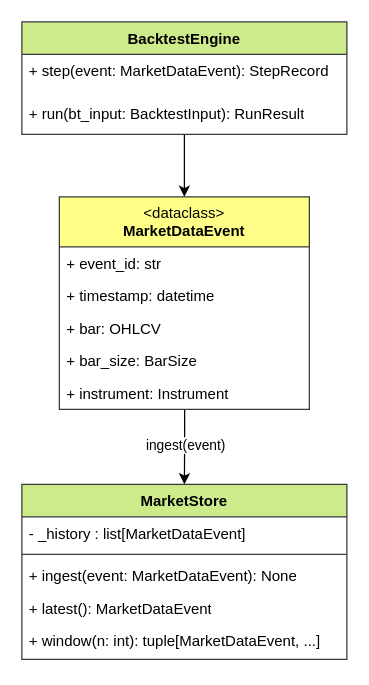
Above: 07. Diagrammes/01. DrawIO/MarketDataLayer.drawio in ManuelBayon/R-D (draw.io), before the change. Source tidied: cells renumbered, new cells numbered last; positions are measured from the earlier drawing's top-left corner, leaving out a move shared by most shapes. Both pictures are drawn from the tidied source at 125%, with x=0, y=0 at pixel (21, 21).
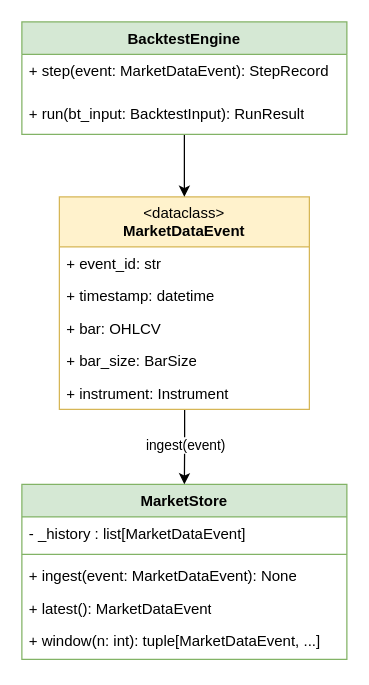
The same page after the edit.

The edit, as a diff of the source:
```diff
@@
-    <mxCell id="2" value="&amp;lt;dataclass&amp;gt;&lt;br&gt;&lt;div&gt;&lt;b&gt;MarketDataEvent&lt;/b&gt;&lt;br&gt;&lt;/div&gt;" style="swimlane;fontStyle=0;horizontal=1;startSize=40;fillColor=#ffff88;whiteSpace=wrap;html=1;strokeColor=#36393d;fillStyle=solid;" parent="1" vertex="1">
+    <mxCell id="2" value="&amp;lt;dataclass&amp;gt;&lt;br&gt;&lt;div&gt;&lt;b&gt;MarketDataEvent&lt;/b&gt;&lt;br&gt;&lt;/div&gt;" style="swimlane;fontStyle=0;horizontal=1;startSize=40;fillColor=#fff2cc;whiteSpace=wrap;html=1;strokeColor=#d6b656;fillStyle=solid;" parent="1" vertex="1">
       <mxGeometry x="30" y="140" width="200" height="170" as="geometry" />
     </mxCell>
@@
-    <mxCell id="8" value="MarketStore" style="swimlane;fontStyle=1;align=center;verticalAlign=top;horizontal=1;startSize=26;whiteSpace=wrap;html=1;fillColor=#cdeb8b;strokeColor=#36393d;" parent="1" vertex="1">
+    <mxCell id="8" value="MarketStore" style="swimlane;fontStyle=1;align=center;verticalAlign=top;horizontal=1;startSize=26;whiteSpace=wrap;html=1;fillColor=#d5e8d4;strokeColor=#82b366;" parent="1" vertex="1">
       <mxGeometry y="370" width="260" height="140" as="geometry" />
     </mxCell>
@@
-    <mxCell id="15" value="BacktestEngine" style="swimlane;fontStyle=1;align=center;verticalAlign=top;horizontal=1;startSize=26;whiteSpace=wrap;html=1;fillColor=#cdeb8b;strokeColor=#36393d;" parent="1" vertex="1">
+    <mxCell id="15" value="BacktestEngine" style="swimlane;fontStyle=1;align=center;verticalAlign=top;horizontal=1;startSize=26;whiteSpace=wrap;html=1;fillColor=#d5e8d4;strokeColor=#82b366;" parent="1" vertex="1">
       <mxGeometry width="260" height="90" as="geometry" />
     </mxCell>
```
